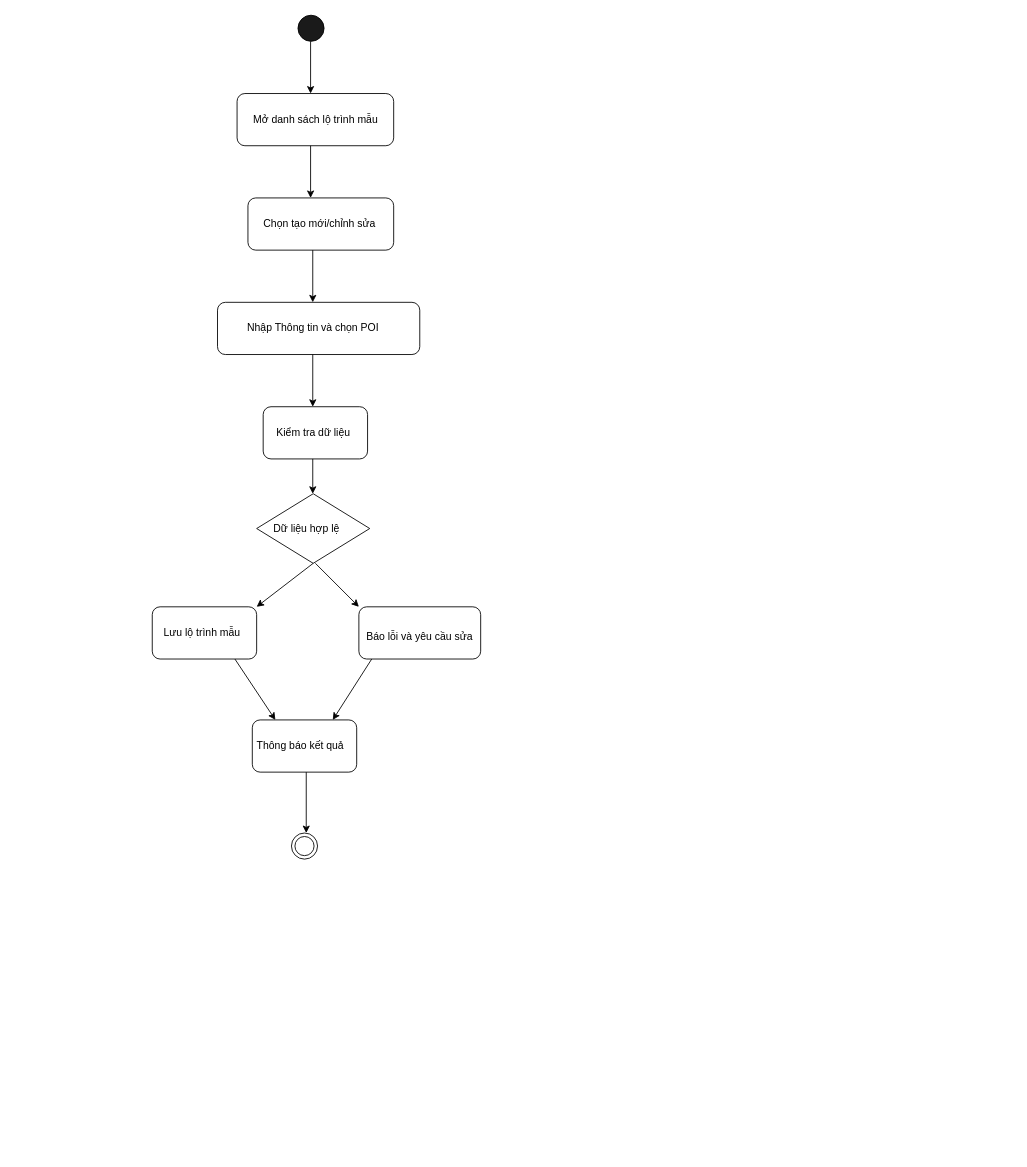
Above: docs/diagram/activity/UC-14_Activity.drawio in Kazuken123/prj_sgu26_cnpm (draw.io), before the change. Source tidied: cells renumbered, new cells numbered last; positions are measured from the earlier drawing's top-left corner, leaving out a move shared by most shapes. Both pictures are drawn from the tidied source at 87%, with x=0, y=0 at pixel (151, 15).
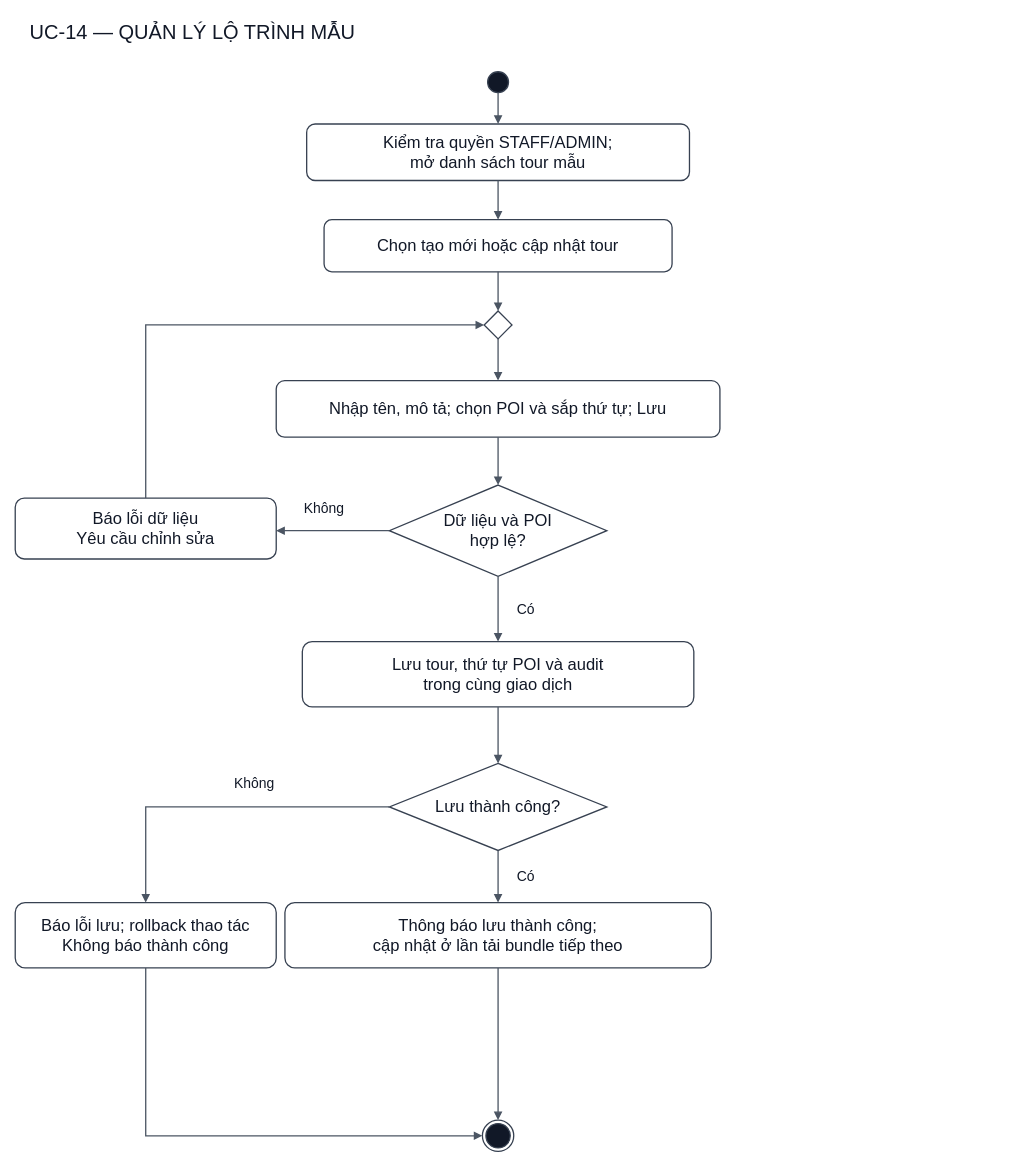
After the change.

Diff of the diagram source:
```diff
@@
-    <mxCell id="2" style="ellipse;whiteSpace=wrap;html=1;shapeInside=1;fillColor=#1A1A1A;" parent="1" vertex="1">
-      <mxGeometry x="168" width="30" height="30" as="geometry" />
-    </mxCell>
-    <mxCell id="3" style="rounded=1;whiteSpace=wrap;html=1;roundedPerimeter=1;" parent="1" vertex="1">
-      <mxGeometry x="98" y="90" width="180" height="60" as="geometry" />
-    </mxCell>
-    <mxCell id="4" style="rounded=1;whiteSpace=wrap;html=1;roundedPerimeter=1;" parent="1" vertex="1">
-      <mxGeometry x="110.5" y="210" width="167.5" height="60" as="geometry" />
-    </mxCell>
-    <mxCell id="5" style="rounded=1;whiteSpace=wrap;html=1;roundedPerimeter=1;" parent="1" vertex="1">
-      <mxGeometry x="75.5" y="330" width="232.5" height="60" as="geometry" />
-    </mxCell>
-    <mxCell id="6" style="rounded=1;whiteSpace=wrap;html=1;roundedPerimeter=1;" parent="1" vertex="1">
-      <mxGeometry x="128" y="450" width="120" height="60" as="geometry" />
-    </mxCell>
-    <mxCell id="7" value="Mở danh sách lộ trình mẫu" style="text;html=1;whiteSpace=wrap;strokeColor=none;fillColor=none;align=center;verticalAlign=middle;rounded=0;" parent="1" vertex="1">
-      <mxGeometry x="110.5" y="105" width="155" height="30" as="geometry" />
-    </mxCell>
-    <mxCell id="8" style="endArrow=classic;html=1;rounded=0;strokeColor=default;align=center;verticalAlign=middle;fontFamily=Helvetica;fontSize=11;fontColor=default;labelBackgroundColor=default;" parent="1" edge="1">
-      <mxGeometry relative="1" as="geometry">
-        <mxPoint x="182.5" y="30" as="sourcePoint" />
-        <mxPoint x="182.5" y="90" as="targetPoint" />
-      </mxGeometry>
-    </mxCell>
-    <mxCell id="9" value="Chọn tạo mới/chỉnh sửa" style="text;html=1;whiteSpace=wrap;strokeColor=none;fillColor=none;align=center;verticalAlign=middle;rounded=0;" parent="1" vertex="1">
-      <mxGeometry x="123" y="225" width="140" height="30" as="geometry" />
-    </mxCell>
-    <mxCell id="10" style="endArrow=classic;html=1;rounded=0;strokeColor=default;align=center;verticalAlign=middle;fontFamily=Helvetica;fontSize=11;fontColor=default;labelBackgroundColor=default;" parent="1" edge="1">
-      <mxGeometry relative="1" as="geometry">
-        <mxPoint x="182.5" y="150" as="sourcePoint" />
-        <mxPoint x="182.5" y="210" as="targetPoint" />
-      </mxGeometry>
-    </mxCell>
-    <mxCell id="11" value="Nhập Thông tin và chọn POI" style="text;html=1;whiteSpace=wrap;strokeColor=none;fillColor=none;align=center;verticalAlign=middle;rounded=0;" parent="1" vertex="1">
-      <mxGeometry x="108" y="345" width="155" height="30" as="geometry" />
-    </mxCell>
-    <mxCell id="12" value="Kiểm tra dữ liệu" style="text;html=1;whiteSpace=wrap;strokeColor=none;fillColor=none;align=center;verticalAlign=middle;rounded=0;" parent="1" vertex="1">
-      <mxGeometry x="135.5" y="465" width="100" height="30" as="geometry" />
-    </mxCell>
-    <mxCell id="13" style="endArrow=classic;html=1;rounded=0;strokeColor=default;align=center;verticalAlign=middle;fontFamily=Helvetica;fontSize=11;fontColor=default;labelBackgroundColor=default;" parent="1" edge="1">
-      <mxGeometry relative="1" as="geometry">
-        <mxPoint x="185" y="270" as="sourcePoint" />
-        <mxPoint x="185" y="330" as="targetPoint" />
-      </mxGeometry>
-    </mxCell>
-    <mxCell id="14" style="endArrow=classic;html=1;rounded=0;strokeColor=default;align=center;verticalAlign=middle;fontFamily=Helvetica;fontSize=11;fontColor=default;labelBackgroundColor=default;" parent="1" edge="1">
-      <mxGeometry relative="1" as="geometry">
-        <mxPoint x="185" y="390" as="sourcePoint" />
-        <mxPoint x="185" y="450" as="targetPoint" />
-      </mxGeometry>
-    </mxCell>
-    <mxCell id="15" style="rhombus;whiteSpace=wrap;html=1;shapeInside=1;" parent="1" vertex="1">
-      <mxGeometry x="120.5" y="550" width="130" height="80" as="geometry" />
-    </mxCell>
-    <mxCell id="16" value="Dữ liệu hợp lệ" style="text;html=1;whiteSpace=wrap;strokeColor=none;fillColor=none;align=center;verticalAlign=middle;rounded=0;" parent="1" vertex="1">
-      <mxGeometry x="128" y="575" width="100" height="30" as="geometry" />
-    </mxCell>
-    <mxCell id="17" style="endArrow=classic;html=1;rounded=0;strokeColor=default;align=center;verticalAlign=middle;fontFamily=Helvetica;fontSize=11;fontColor=default;labelBackgroundColor=default;" parent="1" edge="1">
-      <mxGeometry relative="1" as="geometry">
-        <mxPoint x="185" y="510" as="sourcePoint" />
-        <mxPoint x="185" y="550" as="targetPoint" />
-      </mxGeometry>
-    </mxCell>
-    <mxCell id="18" style="rounded=1;whiteSpace=wrap;html=1;roundedPerimeter=1;" parent="1" vertex="1">
-      <mxGeometry x="0.5" y="680" width="120" height="60" as="geometry" />
-    </mxCell>
-    <mxCell id="19" style="rounded=1;whiteSpace=wrap;html=1;roundedPerimeter=1;" parent="1" vertex="1">
-      <mxGeometry x="238" y="680" width="140" height="60" as="geometry" />
-    </mxCell>
-    <mxCell id="20" style="endArrow=classic;html=1;rounded=0;strokeColor=default;align=center;verticalAlign=middle;fontFamily=Helvetica;fontSize=11;fontColor=default;labelBackgroundColor=default;entryX=0;entryY=0;entryDx=0;entryDy=0;" parent="1" edge="1" target="19">
-      <mxGeometry relative="1" as="geometry">
-        <mxPoint x="188" y="630" as="sourcePoint" />
-      </mxGeometry>
-    </mxCell>
-    <mxCell id="21" style="endArrow=classic;html=1;rounded=0;strokeColor=default;align=center;verticalAlign=middle;fontFamily=Helvetica;fontSize=11;fontColor=default;labelBackgroundColor=default;entryX=1;entryY=0;entryDx=0;entryDy=0;" parent="1" edge="1" target="18">
-      <mxGeometry relative="1" as="geometry">
-        <mxPoint x="185.5" y="630" as="sourcePoint" />
-      </mxGeometry>
-    </mxCell>
-    <mxCell id="22" value="Lưu lộ trình mẫu" style="text;html=1;whiteSpace=wrap;strokeColor=none;fillColor=none;align=center;verticalAlign=middle;rounded=0;" parent="1" vertex="1">
-      <mxGeometry x="8" y="695" width="100" height="30" as="geometry" />
-    </mxCell>
-    <mxCell id="23" value="Báo lỗi và yêu cầu sửa" style="text;html=1;whiteSpace=wrap;strokeColor=none;fillColor=none;align=center;verticalAlign=middle;rounded=0;" parent="1" vertex="1">
-      <mxGeometry x="243" y="700" width="130" height="30" as="geometry" />
-    </mxCell>
-    <mxCell id="24" style="rounded=1;whiteSpace=wrap;html=1;roundedPerimeter=1;" parent="1" vertex="1">
-      <mxGeometry x="115.5" y="810" width="120" height="60" as="geometry" />
-    </mxCell>
-    <mxCell id="25" value="Thông báo kết quả" style="text;html=1;whiteSpace=wrap;strokeColor=none;fillColor=none;align=center;verticalAlign=middle;rounded=0;" parent="1" vertex="1">
-      <mxGeometry x="110.5" y="825" width="120" height="30" as="geometry" />
-    </mxCell>
-    <mxCell id="26" style="ellipse;shape=doubleEllipse;whiteSpace=wrap;html=1;" parent="1" vertex="1">
-      <mxGeometry x="160.5" y="940" width="30" height="30" as="geometry" />
-    </mxCell>
-    <mxCell id="27" style="endArrow=classic;html=1;rounded=0;strokeColor=default;align=center;verticalAlign=middle;fontFamily=Helvetica;fontSize=11;fontColor=default;labelBackgroundColor=default;" parent="1" edge="1">
-      <mxGeometry relative="1" as="geometry">
-        <mxPoint x="177.5" y="870" as="sourcePoint" />
-        <mxPoint x="177.5" y="940" as="targetPoint" />
-      </mxGeometry>
-    </mxCell>
-    <mxCell id="28" style="endArrow=classic;html=1;rounded=0;strokeColor=default;align=center;verticalAlign=middle;fontFamily=Helvetica;fontSize=11;fontColor=default;labelBackgroundColor=default;entryX=0.197;entryY=-0.043;entryDx=0;entryDy=0;" parent="1" edge="1" target="24">
-      <mxGeometry relative="1" as="geometry">
-        <mxPoint x="95.5" y="740" as="sourcePoint" />
-      </mxGeometry>
-    </mxCell>
-    <mxCell id="29" style="endArrow=classic;html=1;rounded=0;strokeColor=default;align=center;verticalAlign=middle;fontFamily=Helvetica;fontSize=11;fontColor=default;labelBackgroundColor=default;exitX=0.074;exitY=1.04;exitDx=0;exitDy=0;" parent="1" edge="1" source="19">
-      <mxGeometry relative="1" as="geometry">
-        <mxPoint x="208" y="810" as="targetPoint" />
-      </mxGeometry>
-    </mxCell>
+    <mxCell id="30" value="UC-14 — QUẢN LÝ LỘ TRÌNH MẪU" style="html=1;whiteSpace=wrap;fontFamily=Arial;fontSize=23;fontColor=#111827;strokeColor=#374151;fillColor=#FFFFFF;strokeWidth=1.5;text;strokeColor=none;fillColor=none;" parent="1" vertex="1">
+      <mxGeometry x="-142" width="1130" height="45" as="geometry" />
+    </mxCell>
+    <mxCell id="31" style="html=1;whiteSpace=wrap;fontFamily=Arial;fontSize=19;fontColor=#111827;strokeColor=#374151;fillColor=#FFFFFF;strokeWidth=1.5;ellipse;fillColor=#111827;" parent="1" vertex="1">
+      <mxGeometry x="386" y="65" width="24" height="24" as="geometry" />
+    </mxCell>
+    <mxCell id="32" value="Kiểm tra quyền STAFF/ADMIN;&lt;br&gt;mở danh sách tour mẫu" style="html=1;whiteSpace=wrap;fontFamily=Arial;fontSize=19;fontColor=#111827;strokeColor=#374151;fillColor=#FFFFFF;strokeWidth=1.5;rounded=1;arcSize=15;" parent="1" vertex="1">
+      <mxGeometry x="178" y="125" width="440" height="65" as="geometry" />
+    </mxCell>
+    <mxCell id="33" value="Chọn tạo mới hoặc cập nhật tour" style="html=1;whiteSpace=wrap;fontFamily=Arial;fontSize=19;fontColor=#111827;strokeColor=#374151;fillColor=#FFFFFF;strokeWidth=1.5;rounded=1;arcSize=15;" parent="1" vertex="1">
+      <mxGeometry x="198" y="235" width="400" height="60" as="geometry" />
+    </mxCell>
+    <mxCell id="34" style="html=1;whiteSpace=wrap;fontFamily=Arial;fontSize=19;fontColor=#111827;strokeColor=#374151;fillColor=#FFFFFF;strokeWidth=1.5;rhombus;" parent="1" vertex="1">
+      <mxGeometry x="382" y="340" width="32" height="32" as="geometry" />
+    </mxCell>
+    <mxCell id="35" value="Nhập tên, mô tả; chọn POI và sắp thứ tự; Lưu" style="html=1;whiteSpace=wrap;fontFamily=Arial;fontSize=19;fontColor=#111827;strokeColor=#374151;fillColor=#FFFFFF;strokeWidth=1.5;rounded=1;arcSize=15;" parent="1" vertex="1">
+      <mxGeometry x="143" y="420" width="510" height="65" as="geometry" />
+    </mxCell>
+    <mxCell id="36" value="Dữ liệu và POI&lt;br&gt;hợp lệ?" style="html=1;whiteSpace=wrap;fontFamily=Arial;fontSize=19;fontColor=#111827;strokeColor=#374151;fillColor=#FFFFFF;strokeWidth=1.5;rhombus;" parent="1" vertex="1">
+      <mxGeometry x="273" y="540" width="250" height="105" as="geometry" />
+    </mxCell>
+    <mxCell id="37" value="Báo lỗi dữ liệu&lt;br&gt;Yêu cầu chỉnh sửa" style="html=1;whiteSpace=wrap;fontFamily=Arial;fontSize=19;fontColor=#111827;strokeColor=#374151;fillColor=#FFFFFF;strokeWidth=1.5;rounded=1;arcSize=15;" parent="1" vertex="1">
+      <mxGeometry x="-157" y="555" width="300" height="70" as="geometry" />
+    </mxCell>
+    <mxCell id="38" value="Lưu tour, thứ tự POI và audit&lt;br&gt;trong cùng giao dịch" style="html=1;whiteSpace=wrap;fontFamily=Arial;fontSize=19;fontColor=#111827;strokeColor=#374151;fillColor=#FFFFFF;strokeWidth=1.5;rounded=1;arcSize=15;" parent="1" vertex="1">
+      <mxGeometry x="173" y="720" width="450" height="75" as="geometry" />
+    </mxCell>
+    <mxCell id="39" value="Lưu thành công?" style="html=1;whiteSpace=wrap;fontFamily=Arial;fontSize=19;fontColor=#111827;strokeColor=#374151;fillColor=#FFFFFF;strokeWidth=1.5;rhombus;" parent="1" vertex="1">
+      <mxGeometry x="273" y="860" width="250" height="100" as="geometry" />
+    </mxCell>
+    <mxCell id="40" value="Báo lỗi lưu; rollback thao tác&lt;br&gt;Không báo thành công" style="html=1;whiteSpace=wrap;fontFamily=Arial;fontSize=19;fontColor=#111827;strokeColor=#374151;fillColor=#FFFFFF;strokeWidth=1.5;rounded=1;arcSize=15;" parent="1" vertex="1">
+      <mxGeometry x="-157" y="1020" width="300" height="75" as="geometry" />
+    </mxCell>
+    <mxCell id="41" value="Thông báo lưu thành công;&lt;br&gt;cập nhật ở lần tải bundle tiếp theo" style="html=1;whiteSpace=wrap;fontFamily=Arial;fontSize=19;fontColor=#111827;strokeColor=#374151;fillColor=#FFFFFF;strokeWidth=1.5;rounded=1;arcSize=15;" parent="1" vertex="1">
+      <mxGeometry x="153" y="1020" width="490" height="75" as="geometry" />
+    </mxCell>
+    <mxCell id="42" style="html=1;whiteSpace=wrap;fontFamily=Arial;fontSize=19;fontColor=#111827;strokeColor=#374151;fillColor=#FFFFFF;strokeWidth=1.5;ellipse;shape=endState;fillColor=#111827;" parent="1" vertex="1">
+      <mxGeometry x="380" y="1270" width="36" height="36" as="geometry" />
+    </mxCell>
+    <mxCell id="43" style="html=1;rounded=0;endArrow=block;endFill=1;strokeColor=#4B5563;strokeWidth=1.5;fontFamily=Arial;fontSize=17;exitX=0.5;exitY=1.0;exitPerimeter=0;entryX=0.5;entryY=0.0;entryPerimeter=0;" parent="1" edge="1" source="31" target="32">
+      <mxGeometry relative="1" as="geometry" />
+    </mxCell>
+    <mxCell id="44" style="html=1;rounded=0;endArrow=block;endFill=1;strokeColor=#4B5563;strokeWidth=1.5;fontFamily=Arial;fontSize=17;exitX=0.5;exitY=1.0;exitPerimeter=0;entryX=0.5;entryY=0.0;entryPerimeter=0;" parent="1" edge="1" source="32" target="33">
+      <mxGeometry relative="1" as="geometry" />
+    </mxCell>
+    <mxCell id="45" style="html=1;rounded=0;endArrow=block;endFill=1;strokeColor=#4B5563;strokeWidth=1.5;fontFamily=Arial;fontSize=17;exitX=0.5;exitY=1.0;exitPerimeter=0;entryX=0.5;entryY=0.0;entryPerimeter=0;" parent="1" edge="1" source="33" target="34">
+      <mxGeometry relative="1" as="geometry" />
+    </mxCell>
+    <mxCell id="46" style="html=1;rounded=0;endArrow=block;endFill=1;strokeColor=#4B5563;strokeWidth=1.5;fontFamily=Arial;fontSize=17;exitX=0.5;exitY=1.0;exitPerimeter=0;entryX=0.5;entryY=0.0;entryPerimeter=0;" parent="1" edge="1" source="34" target="35">
+      <mxGeometry relative="1" as="geometry" />
+    </mxCell>
+    <mxCell id="47" style="html=1;rounded=0;endArrow=block;endFill=1;strokeColor=#4B5563;strokeWidth=1.5;fontFamily=Arial;fontSize=17;exitX=0.5;exitY=1.0;exitPerimeter=0;entryX=0.5;entryY=0.0;entryPerimeter=0;" parent="1" edge="1" source="35" target="36">
+      <mxGeometry relative="1" as="geometry" />
+    </mxCell>
+    <mxCell id="48" style="html=1;rounded=0;endArrow=block;endFill=1;strokeColor=#4B5563;strokeWidth=1.5;fontFamily=Arial;fontSize=17;exitX=0.5;exitY=1.0;exitPerimeter=0;entryX=0.5;entryY=0.0;entryPerimeter=0;" parent="1" edge="1" source="36" target="38">
+      <mxGeometry relative="1" as="geometry" />
+    </mxCell>
+    <mxCell id="49" value="Có" style="html=1;whiteSpace=wrap;fontFamily=Arial;fontSize=16;fontColor=#111827;strokeColor=#374151;fillColor=#FFFFFF;strokeWidth=1.5;text;strokeColor=none;fillColor=none;" parent="1" vertex="1">
+      <mxGeometry x="418" y="666.5" width="70" height="25" as="geometry" />
+    </mxCell>
+    <mxCell id="50" style="html=1;rounded=0;endArrow=block;endFill=1;strokeColor=#4B5563;strokeWidth=1.5;fontFamily=Arial;fontSize=17;exitX=0.0;exitY=0.5;exitPerimeter=0;entryX=1.0;entryY=0.5357142857142857;entryPerimeter=0;" parent="1" edge="1" source="36" target="37">
+      <mxGeometry relative="1" as="geometry" />
+    </mxCell>
+    <mxCell id="51" value="Không" style="html=1;whiteSpace=wrap;fontFamily=Arial;fontSize=16;fontColor=#111827;strokeColor=#374151;fillColor=#FFFFFF;strokeWidth=1.5;text;strokeColor=none;fillColor=none;" parent="1" vertex="1">
+      <mxGeometry x="173" y="551" width="70" height="25" as="geometry" />
+    </mxCell>
+    <mxCell id="52" style="html=1;rounded=0;endArrow=block;endFill=1;strokeColor=#4B5563;strokeWidth=1.5;fontFamily=Arial;fontSize=17;exitX=0.5;exitY=0.0;exitPerimeter=0;entryX=0.0;entryY=0.5;entryPerimeter=0;" parent="1" edge="1" source="37" target="34">
+      <mxGeometry relative="1" as="geometry">
+        <Array as="points">
+          <mxPoint x="-7" y="356" />
+        </Array>
+      </mxGeometry>
+    </mxCell>
+    <mxCell id="53" style="html=1;rounded=0;endArrow=block;endFill=1;strokeColor=#4B5563;strokeWidth=1.5;fontFamily=Arial;fontSize=17;exitX=0.5;exitY=1.0;exitPerimeter=0;entryX=0.5;entryY=0.0;entryPerimeter=0;" parent="1" edge="1" source="38" target="39">
+      <mxGeometry relative="1" as="geometry" />
+    </mxCell>
+    <mxCell id="54" style="html=1;rounded=0;endArrow=block;endFill=1;strokeColor=#4B5563;strokeWidth=1.5;fontFamily=Arial;fontSize=17;exitX=0.5;exitY=1.0;exitPerimeter=0;entryX=0.5;entryY=0.0;entryPerimeter=0;" parent="1" edge="1" source="39" target="41">
+      <mxGeometry relative="1" as="geometry" />
+    </mxCell>
+    <mxCell id="55" value="Có" style="html=1;whiteSpace=wrap;fontFamily=Arial;fontSize=16;fontColor=#111827;strokeColor=#374151;fillColor=#FFFFFF;strokeWidth=1.5;text;strokeColor=none;fillColor=none;" parent="1" vertex="1">
+      <mxGeometry x="418" y="974" width="70" height="25" as="geometry" />
+    </mxCell>
+    <mxCell id="56" style="html=1;rounded=0;endArrow=block;endFill=1;strokeColor=#4B5563;strokeWidth=1.5;fontFamily=Arial;fontSize=17;exitX=0.0;exitY=0.5;exitPerimeter=0;entryX=0.5;entryY=0.0;entryPerimeter=0;" parent="1" edge="1" source="39" target="40">
+      <mxGeometry relative="1" as="geometry">
+        <Array as="points">
+          <mxPoint x="-7" y="910" />
+        </Array>
+      </mxGeometry>
+    </mxCell>
+    <mxCell id="57" value="Không" style="html=1;whiteSpace=wrap;fontFamily=Arial;fontSize=16;fontColor=#111827;strokeColor=#374151;fillColor=#FFFFFF;strokeWidth=1.5;text;strokeColor=none;fillColor=none;" parent="1" vertex="1">
+      <mxGeometry x="93" y="867" width="70" height="25" as="geometry" />
+    </mxCell>
+    <mxCell id="58" style="html=1;rounded=0;endArrow=block;endFill=1;strokeColor=#4B5563;strokeWidth=1.5;fontFamily=Arial;fontSize=17;exitX=0.5;exitY=1.0;exitPerimeter=0;entryX=0.5;entryY=0.0;entryPerimeter=0;" parent="1" edge="1" source="41" target="42">
+      <mxGeometry relative="1" as="geometry" />
+    </mxCell>
+    <mxCell id="59" style="html=1;rounded=0;endArrow=block;endFill=1;strokeColor=#4B5563;strokeWidth=1.5;fontFamily=Arial;fontSize=17;exitX=0.5;exitY=1.0;exitPerimeter=0;entryX=0.0;entryY=0.5;entryPerimeter=0;" parent="1" edge="1" source="40" target="42">
+      <mxGeometry relative="1" as="geometry">
+        <Array as="points">
+          <mxPoint x="-7" y="1288" />
+        </Array>
+      </mxGeometry>
+    </mxCell>
```
